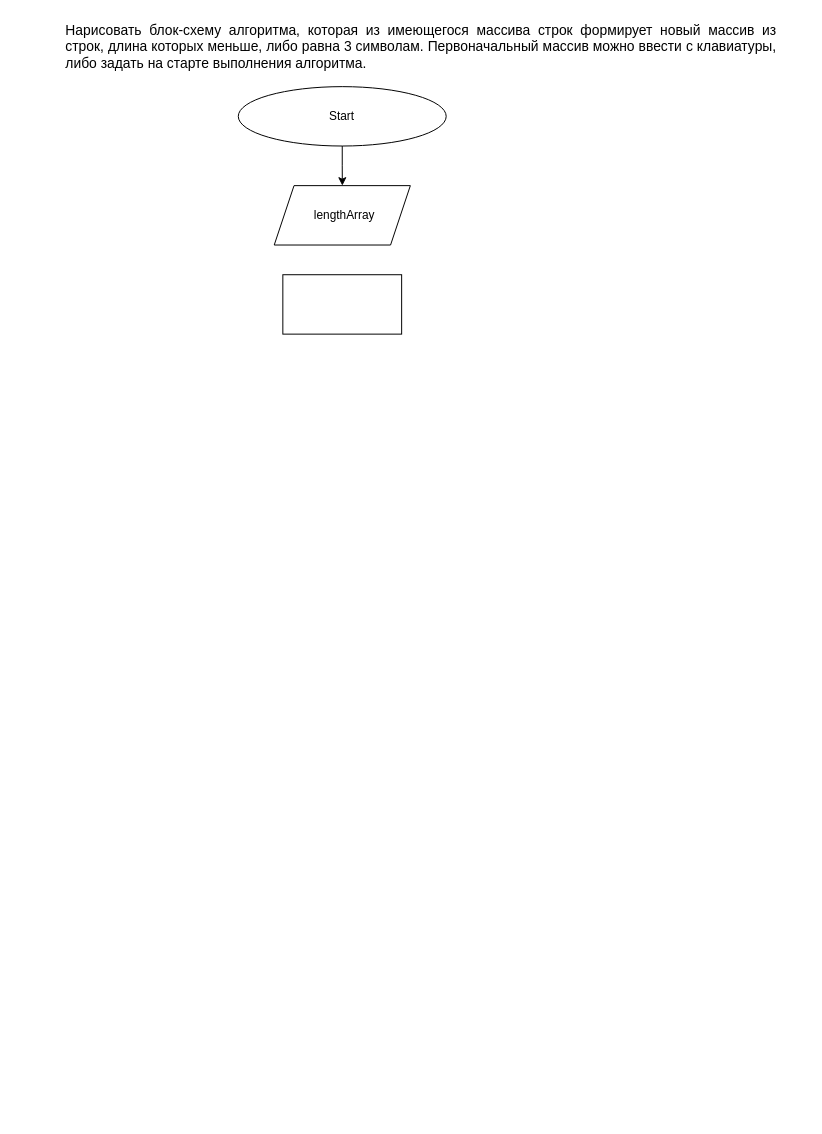
Yulia-Girduk/FinalProject_1 keeps this draw.io diagram as BlockDiagram.drawio. Above is the earlier version. Source tidied: cells renumbered, new cells numbered last; positions are measured from the earlier drawing's top-left corner, leaving out a move shared by most shapes. Both pictures are drawn from the tidied source at 99%, with x=0, y=0 at pixel (63, 17).
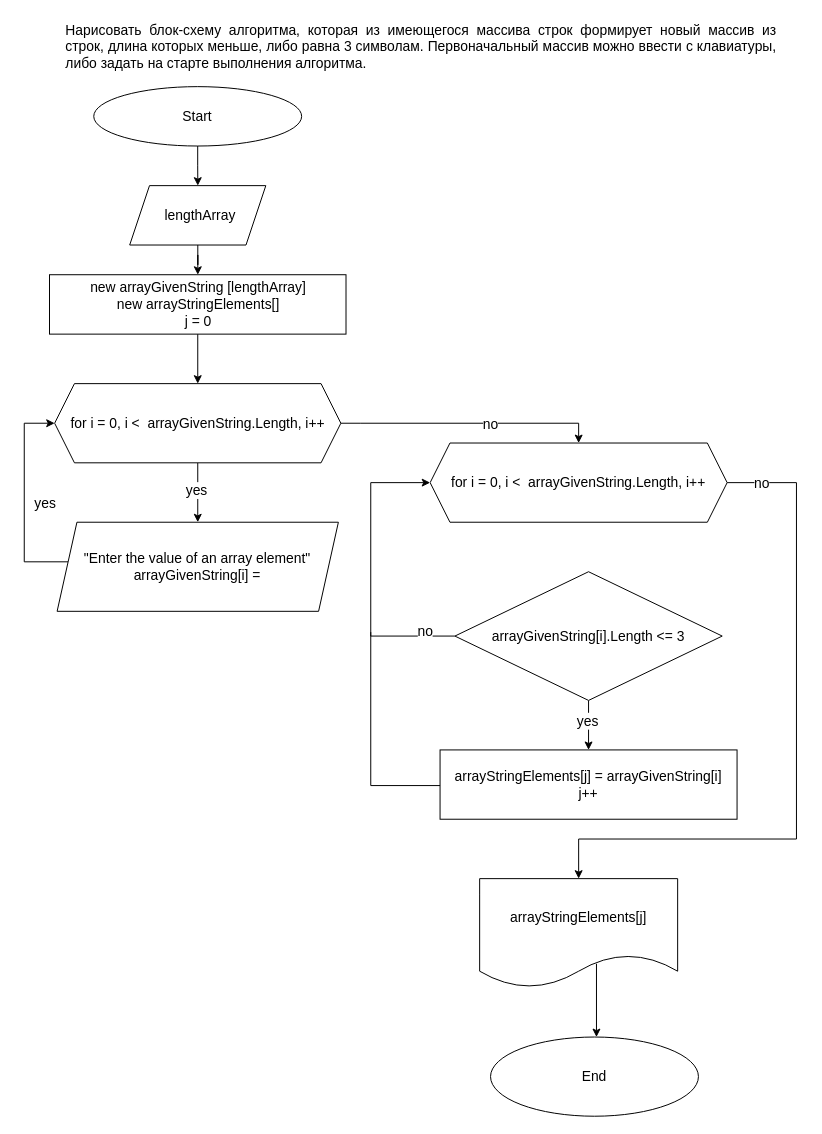
The same diagram, later.

Change to the diagram source:
```diff
@@
-    <mxCell id="4" value="Start" style="ellipse;whiteSpace=wrap;html=1;" parent="1" vertex="1">
-      <mxGeometry x="176.2" y="70" width="210" height="60" as="geometry" />
+    <mxCell id="4" value="&lt;font style=&quot;font-size: 14px;&quot;&gt;Start&lt;/font&gt;" style="ellipse;whiteSpace=wrap;html=1;" parent="1" vertex="1">
+      <mxGeometry x="30.2" y="70" width="210" height="60" as="geometry" />
     </mxCell>
+    <mxCell id="7" style="edgeStyle=orthogonalEdgeStyle;rounded=0;jettySize=auto;html=1;" parent="1" edge="1" source="5" target="6">
+      <mxGeometry relative="1" as="geometry" />
+    </mxCell>
-    <mxCell id="5" value="&amp;nbsp;lengthArray" style="shape=parallelogram;perimeter=parallelogramPerimeter;whiteSpace=wrap;html=1;fixedSize=1;" parent="1" vertex="1">
-      <mxGeometry x="212.5" y="170" width="137.5" height="60" as="geometry" />
+    <mxCell id="5" value="&lt;font style=&quot;font-size: 14px;&quot;&gt;&amp;nbsp;lengthArray&lt;/font&gt;" style="shape=parallelogram;perimeter=parallelogramPerimeter;whiteSpace=wrap;html=1;fixedSize=1;" parent="1" vertex="1">
+      <mxGeometry x="66.5" y="170" width="137.5" height="60" as="geometry" />
     </mxCell>
+    <mxCell id="8" style="edgeStyle=orthogonalEdgeStyle;rounded=0;jettySize=auto;html=1;" parent="1" edge="1" source="6" target="11">
+      <mxGeometry relative="1" as="geometry" />
+    </mxCell>
-    <mxCell id="6" style="rounded=0;whiteSpace=wrap;html=1;" parent="1" vertex="1">
-      <mxGeometry x="221.2" y="260" width="120" height="60" as="geometry" />
+    <mxCell id="6" value="&lt;font style=&quot;font-size: 14px;&quot;&gt;new arrayGivenString [lengthArray]&lt;br&gt;new arrayStringElements[]&lt;br&gt;j = 0&lt;br&gt;&lt;/font&gt;" style="rounded=0;whiteSpace=wrap;html=1;" parent="1" vertex="1">
+      <mxGeometry x="-14.5" y="260" width="299.5" height="60" as="geometry" />
     </mxCell>
+    <mxCell id="9" style="edgeStyle=orthogonalEdgeStyle;rounded=0;jettySize=auto;html=1;" parent="1" edge="1" source="11" target="14">
+      <mxGeometry relative="1" as="geometry" />
+    </mxCell>
+    <mxCell id="10" style="edgeStyle=orthogonalEdgeStyle;rounded=0;jettySize=auto;html=1;" parent="1" edge="1" source="11" target="17">
+      <mxGeometry relative="1" as="geometry">
+        <Array as="points">
+          <mxPoint x="300" y="410" />
+          <mxPoint x="300" y="410" />
+        </Array>
+      </mxGeometry>
+    </mxCell>
+    <mxCell id="11" value="&lt;font style=&quot;font-size: 14px;&quot;&gt;for i = 0, i &amp;lt;&amp;nbsp; arrayGivenString.Length, i++&lt;/font&gt;" style="shape=hexagon;perimeter=hexagonPerimeter2;whiteSpace=wrap;html=1;fixedSize=1;" parent="1" vertex="1">
+      <mxGeometry x="-9.3" y="370" width="289.1" height="80" as="geometry" />
+    </mxCell>
+    <mxCell id="12" style="edgeStyle=orthogonalEdgeStyle;rounded=0;jettySize=auto;html=1;entryX=0;entryY=0.5;entryDx=0;entryDy=0;" parent="1" edge="1" source="14" target="11">
+      <mxGeometry relative="1" as="geometry">
+        <Array as="points">
+          <mxPoint x="-40" y="550" />
+          <mxPoint x="-40" y="410" />
+        </Array>
+      </mxGeometry>
+    </mxCell>
+    <mxCell id="13" value="&lt;font style=&quot;font-size: 14px;&quot;&gt;yes&lt;br&gt;&lt;/font&gt;" style="edgeLabel;html=1;align=center;verticalAlign=middle;" parent="12" vertex="1">
+      <mxGeometry x="0.02" relative="1" as="geometry">
+        <mxPoint x="20" y="6" as="offset" />
+      </mxGeometry>
+    </mxCell>
+    <mxCell id="14" value="&lt;font style=&quot;font-size: 14px;&quot;&gt;&quot;Enter the value of an array element&quot;&lt;br&gt;arrayGivenString[i] =&lt;br&gt;&lt;/font&gt;" style="shape=parallelogram;perimeter=parallelogramPerimeter;whiteSpace=wrap;html=1;fixedSize=1;" parent="1" vertex="1">
+      <mxGeometry x="-6.8" y="510" width="284.1" height="90" as="geometry" />
+    </mxCell>
+    <mxCell id="15" style="edgeStyle=orthogonalEdgeStyle;rounded=0;jettySize=auto;html=1;entryX=0.5;entryY=0;entryDx=0;entryDy=0;" parent="1" edge="1" source="17" target="27">
+      <mxGeometry relative="1" as="geometry">
+        <Array as="points">
+          <mxPoint x="740" y="470" />
+          <mxPoint x="740" y="830" />
+          <mxPoint x="520" y="830" />
+        </Array>
+      </mxGeometry>
+    </mxCell>
+    <mxCell id="16" value="&lt;font style=&quot;font-size: 14px;&quot;&gt;no&lt;br&gt;&lt;/font&gt;" style="edgeLabel;html=1;align=center;verticalAlign=middle;" parent="15" vertex="1">
+      <mxGeometry x="-0.84" y="-1" relative="1" as="geometry">
+        <mxPoint x="-21" y="-1" as="offset" />
+      </mxGeometry>
+    </mxCell>
+    <mxCell id="17" value="&lt;font style=&quot;font-size: 14px;&quot;&gt;for i = 0, i &amp;lt;&amp;nbsp; arrayGivenString.Length, i++&lt;/font&gt;" style="shape=hexagon;perimeter=hexagonPerimeter2;whiteSpace=wrap;html=1;fixedSize=1;" parent="1" vertex="1">
+      <mxGeometry x="370" y="430" width="300" height="80" as="geometry" />
+    </mxCell>
+    <mxCell id="18" value="&lt;font style=&quot;font-size: 14px;&quot;&gt;no&lt;br&gt;&lt;/font&gt;" style="edgeLabel;html=1;align=center;verticalAlign=middle;" parent="1" vertex="1">
+      <mxGeometry x="430" y="410" as="geometry" />
+    </mxCell>
+    <mxCell id="19" value="&lt;font style=&quot;font-size: 14px;&quot;&gt;yes&lt;br&gt;&lt;/font&gt;" style="edgeLabel;html=1;align=center;verticalAlign=middle;" parent="1" vertex="1">
+      <mxGeometry y="510" as="geometry">
+        <mxPoint x="133" y="-33" as="offset" />
+      </mxGeometry>
+    </mxCell>
+    <mxCell id="20" style="edgeStyle=orthogonalEdgeStyle;rounded=0;jettySize=auto;html=1;" parent="1" edge="1" source="23" target="24">
+      <mxGeometry relative="1" as="geometry" />
+    </mxCell>
+    <mxCell id="21" style="edgeStyle=orthogonalEdgeStyle;rounded=0;jettySize=auto;html=1;entryX=0;entryY=0.5;entryDx=0;entryDy=0;" parent="1" edge="1" source="23" target="17">
+      <mxGeometry relative="1" as="geometry">
+        <Array as="points">
+          <mxPoint x="310" y="625" />
+          <mxPoint x="310" y="470" />
+        </Array>
+      </mxGeometry>
+    </mxCell>
+    <mxCell id="22" value="&lt;span style=&quot;font-size: 14px;&quot;&gt;no&lt;br&gt;&lt;/span&gt;" style="edgeLabel;html=1;align=center;verticalAlign=middle;" parent="21" vertex="1">
+      <mxGeometry x="-0.07" relative="1" as="geometry">
+        <mxPoint x="54" y="49" as="offset" />
+      </mxGeometry>
+    </mxCell>
+    <mxCell id="23" value="&lt;font style=&quot;font-size: 14px;&quot;&gt;arrayGivenString[i].Length &amp;lt;= 3&lt;/font&gt;" style="rhombus;whiteSpace=wrap;html=1;" parent="1" vertex="1">
+      <mxGeometry x="395" y="560" width="270" height="130" as="geometry" />
+    </mxCell>
+    <mxCell id="24" value="&lt;font style=&quot;font-size: 14px;&quot;&gt;arrayStringElements[j] = arrayGivenString[i]&lt;br&gt;j++&lt;br&gt;&lt;/font&gt;" style="rounded=0;whiteSpace=wrap;html=1;" parent="1" vertex="1">
+      <mxGeometry x="380" y="740" width="300" height="70" as="geometry" />
+    </mxCell>
+    <mxCell id="25" value="&lt;font style=&quot;font-size: 14px;&quot;&gt;yes&lt;/font&gt;" style="edgeLabel;html=1;align=center;verticalAlign=middle;" parent="1" vertex="1">
+      <mxGeometry x="530" y="710" as="geometry">
+        <mxPoint x="-2" as="offset" />
+      </mxGeometry>
+    </mxCell>
+    <mxCell id="26" style="edgeStyle=orthogonalEdgeStyle;rounded=0;jettySize=auto;html=1;exitX=0.59;exitY=0.782;exitDx=0;exitDy=0;exitPerimeter=0;" parent="1" edge="1" source="27">
+      <mxGeometry relative="1" as="geometry">
+        <mxPoint x="538" y="1030" as="targetPoint" />
+        <Array as="points">
+          <mxPoint x="538" y="1030" />
+        </Array>
+      </mxGeometry>
+    </mxCell>
+    <mxCell id="27" value="&lt;font style=&quot;font-size: 14px;&quot;&gt;arrayStringElements[j]&lt;/font&gt;" style="shape=document;whiteSpace=wrap;html=1;boundedLbl=1;" parent="1" vertex="1">
+      <mxGeometry x="420" y="870" width="200" height="110" as="geometry" />
+    </mxCell>
+    <mxCell id="28" style="endArrow=none;html=1;rounded=0;entryX=0;entryY=0.5;entryDx=0;entryDy=0;" parent="1" edge="1">
+      <mxGeometry relative="1" as="geometry">
+        <mxPoint x="310" y="621" as="sourcePoint" />
+        <mxPoint x="380" y="776" as="targetPoint" />
+        <Array as="points">
+          <mxPoint x="310" y="776" />
+        </Array>
+      </mxGeometry>
+    </mxCell>
+    <mxCell id="29" value="&lt;font style=&quot;font-size: 14px;&quot;&gt;End&lt;/font&gt;" style="ellipse;whiteSpace=wrap;html=1;" parent="1" vertex="1">
+      <mxGeometry x="431" y="1030" width="210" height="80" as="geometry" />
+    </mxCell>
```
